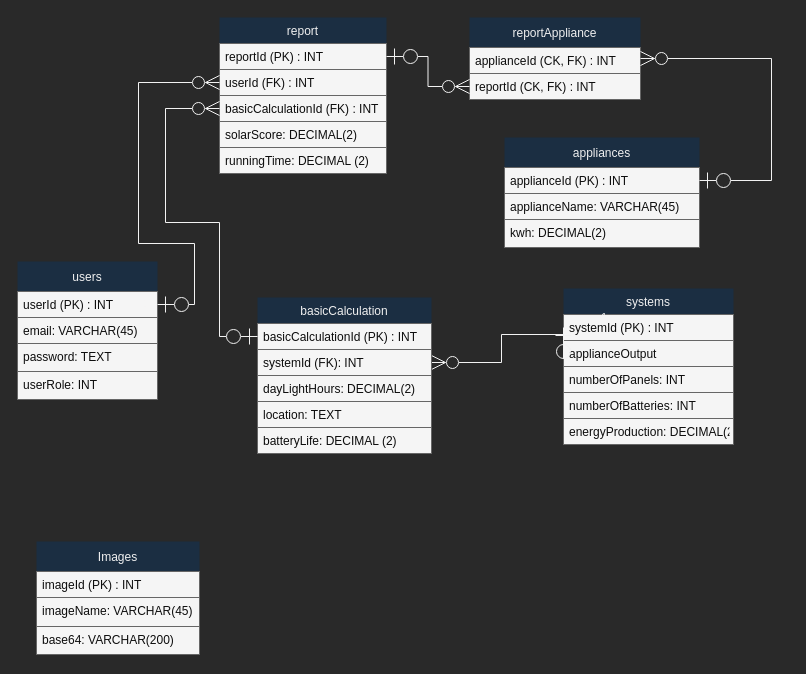
COS301-SE-2023/Blue-Skies keeps this draw.io diagram as docs/database/ERD.drawio. Above is the earlier version. Source tidied: cells renumbered, new cells numbered last; positions are measured from the earlier drawing's top-left corner, leaving out a move shared by most shapes. Both pictures are drawn from the tidied source at 100%, with x=0, y=0 at pixel (17, 17).
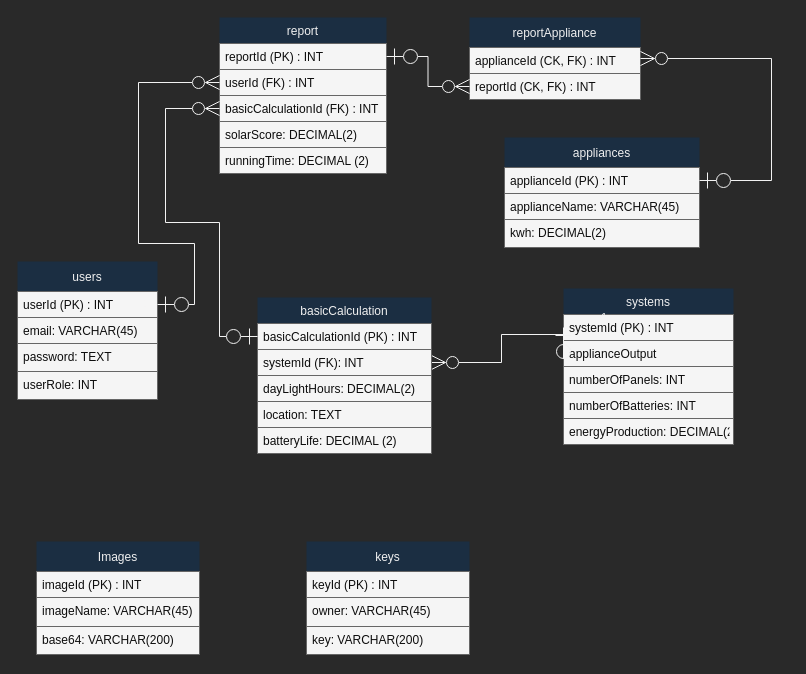
After the change.

Commit message:
Added API keys table for business users

What changed in the source:
```diff
@@
+    <mxCell id="41" value="keys" style="swimlane;fontStyle=0;horizontal=1;startSize=30;fillColor=#1B2E42;gradientColor=none;strokeColor=none;rounded=0;fontColor=#F0F0F0;" parent="1" vertex="1">
+      <mxGeometry x="289" y="524" width="163" height="113" as="geometry" />
+    </mxCell>
+    <mxCell id="42" value="keyId (PK) : INT" style="text;strokeColor=#666666;fillColor=#f5f5f5;align=left;verticalAlign=top;spacingLeft=4;spacingRight=4;overflow=hidden;gradientColor=none;fontColor=#0d0d0d;rounded=0;" parent="41" vertex="1">
+      <mxGeometry y="30" width="163" height="26" as="geometry" />
+    </mxCell>
+    <mxCell id="43" value="owner: VARCHAR(45)" style="text;strokeColor=#666666;fillColor=#f5f5f5;align=left;verticalAlign=top;spacingLeft=4;spacingRight=4;overflow=hidden;gradientColor=none;fontColor=#0d0d0d;rounded=0;" parent="41" vertex="1">
+      <mxGeometry y="56" width="163" height="29" as="geometry" />
+    </mxCell>
+    <mxCell id="44" value="key: VARCHAR(200)" style="text;strokeColor=#666666;fillColor=#f5f5f5;align=left;verticalAlign=top;spacingLeft=4;spacingRight=4;overflow=hidden;gradientColor=none;fontColor=#0d0d0d;rounded=0;" parent="41" vertex="1">
+      <mxGeometry y="85" width="163" height="28" as="geometry" />
+    </mxCell>
```
